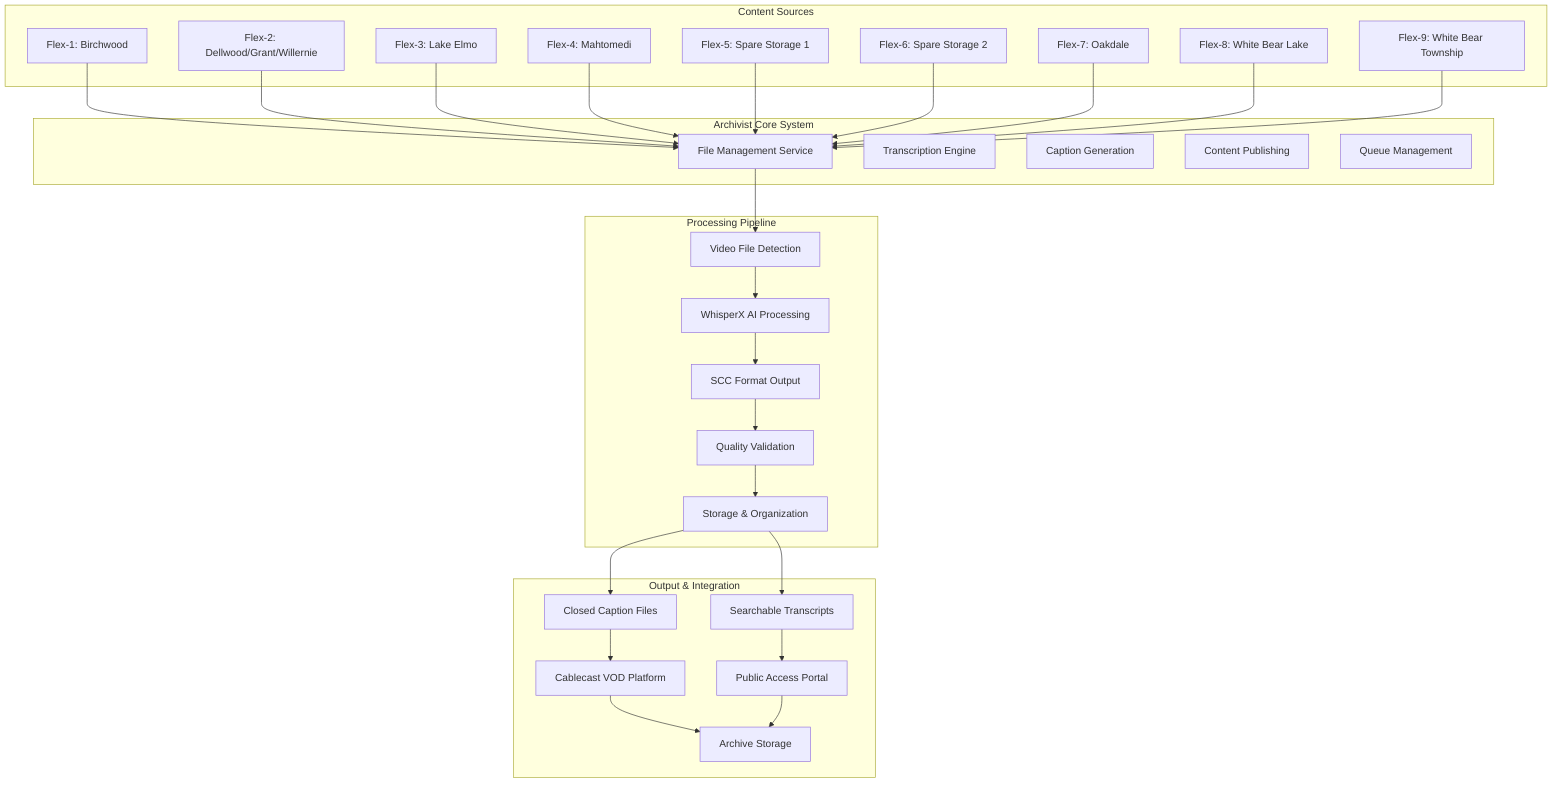
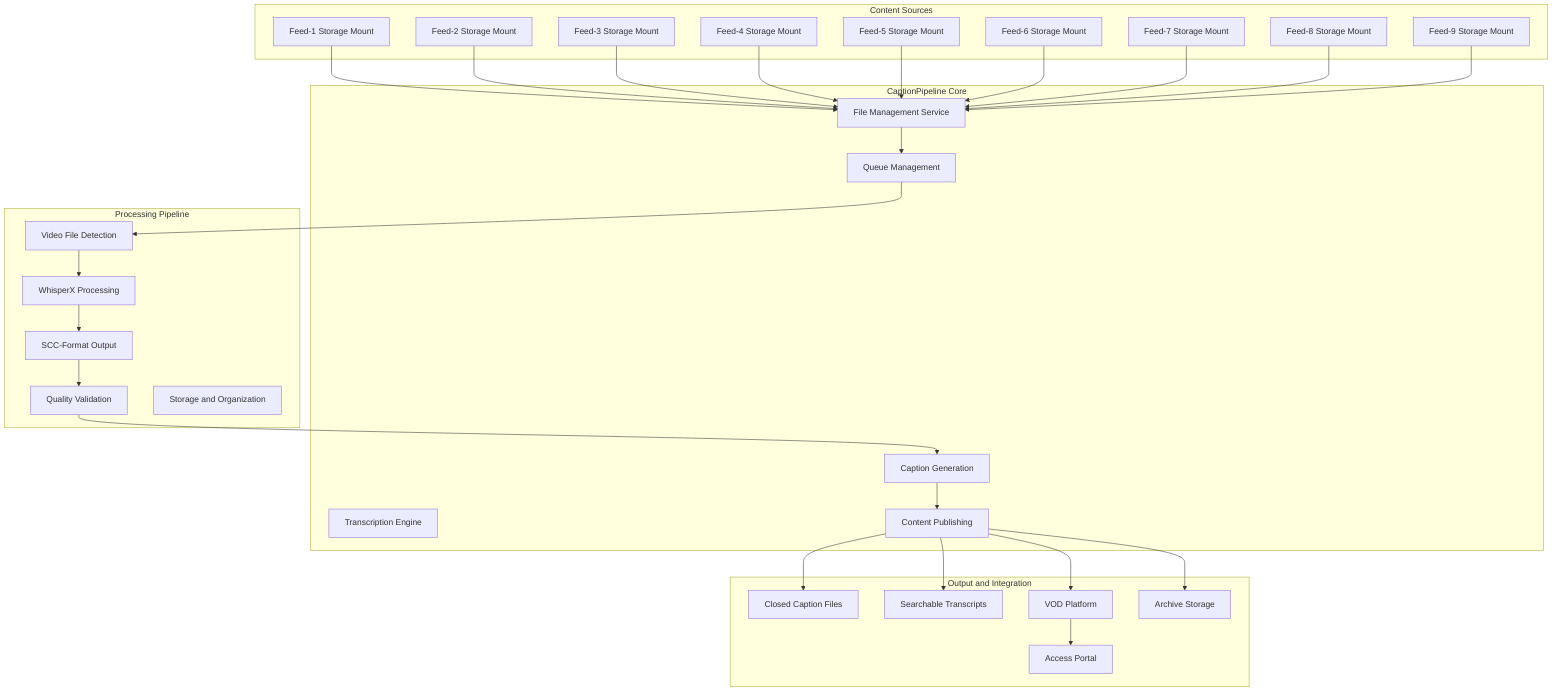
- %% Archivist - Detailed System Architecture
- %% Source: README.md detailed architecture mermaid diagram
+ %% CaptionPipeline - Detailed System Architecture
graph TB
    subgraph "Content Sources"
-         A1[Flex-1: Birchwood]
-         A2[Flex-2: Dellwood/Grant/Willernie]
-         A3[Flex-3: Lake Elmo]
-         A4[Flex-4: Mahtomedi]
-         A5[Flex-5: Spare Storage 1]
-         A6[Flex-6: Spare Storage 2]
-         A7[Flex-7: Oakdale]
-         A8[Flex-8: White Bear Lake]
-         A9[Flex-9: White Bear Township]
+         A1[Feed-1 Storage Mount]
+         A2[Feed-2 Storage Mount]
+         A3[Feed-3 Storage Mount]
+         A4[Feed-4 Storage Mount]
+         A5[Feed-5 Storage Mount]
+         A6[Feed-6 Storage Mount]
+         A7[Feed-7 Storage Mount]
+         A8[Feed-8 Storage Mount]
+         A9[Feed-9 Storage Mount]
    end

-     subgraph "Archivist Core System"
+     subgraph "CaptionPipeline Core"
        B1[File Management Service]
        B2[Transcription Engine]
        B3[Caption Generation]
        B4[Content Publishing]
        B5[Queue Management]
    end

    subgraph "Processing Pipeline"
        C1[Video File Detection]
-         C2[WhisperX AI Processing]
-         C3[SCC Format Output]
+         C2[WhisperX Processing]
+         C3[SCC-Format Output]
        C4[Quality Validation]
-         C5[Storage & Organization]
+         C5[Storage and Organization]
    end

-     subgraph "Output & Integration"
+     subgraph "Output and Integration"
        D1[Closed Caption Files]
        D2[Searchable Transcripts]
-         D3[Cablecast VOD Platform]
-         D4[Public Access Portal]
+         D3[VOD Platform]
+         D4[Access Portal]
        D5[Archive Storage]
    end

    A1 --> B1
    A2 --> B1
    A3 --> B1
    A4 --> B1
    A5 --> B1
    A6 --> B1
    A7 --> B1
    A8 --> B1
    A9 --> B1
- 
-     B1 --> C1
+     B1 --> B5
+     B5 --> C1
    C1 --> C2
    C2 --> C3
    C3 --> C4
-     C4 --> C5
- 
-     C5 --> D1
-     C5 --> D2
-     D1 --> D3
-     D2 --> D4
-     D3 --> D5
-     D4 --> D5
- 
+     C4 --> B3
+     B3 --> B4
+     B4 --> D1
+     B4 --> D2
+     B4 --> D3
+     D3 --> D4
+     B4 --> D5
